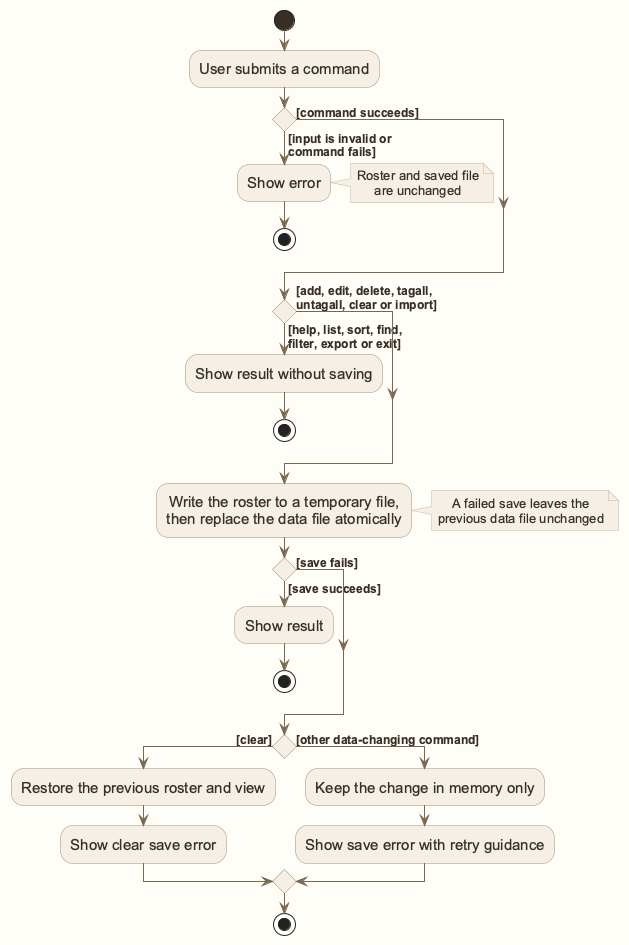
Above: docs/images/AutomaticSavingData.png in AY2627S1-CS2103T-W12-1/tp (PlantUML), before the change.
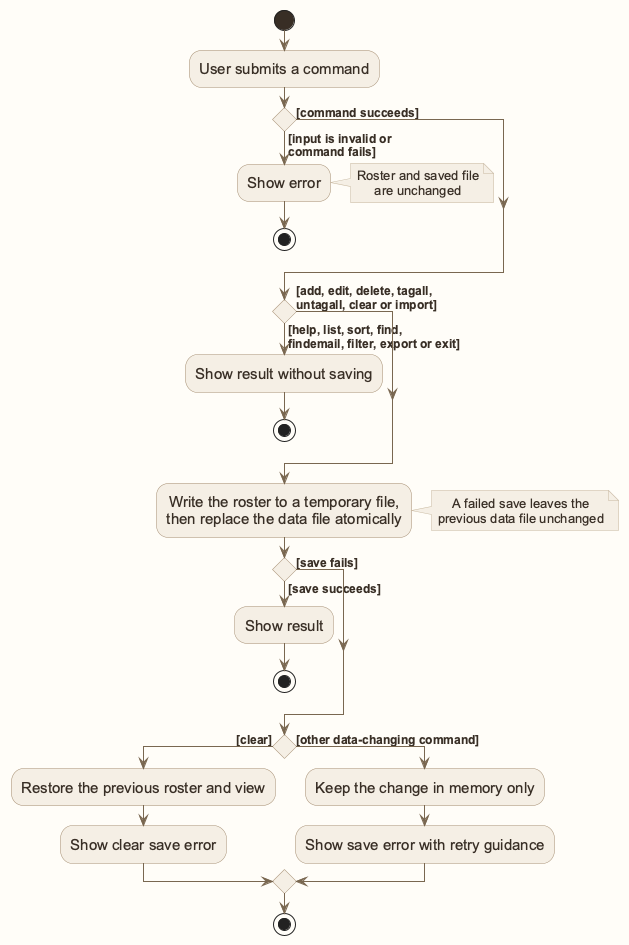
The same file after the commit.

The edit, as a diff of the source:
```diff
@@ -20,7 +20,7 @@
 endif
 
 if () then ([help, list, sort, find,
-filter, export or exit])
+findemail, filter, export or exit])
     :Show result without saving;
     stop
 else ([add, edit, delete, tagall,
```
